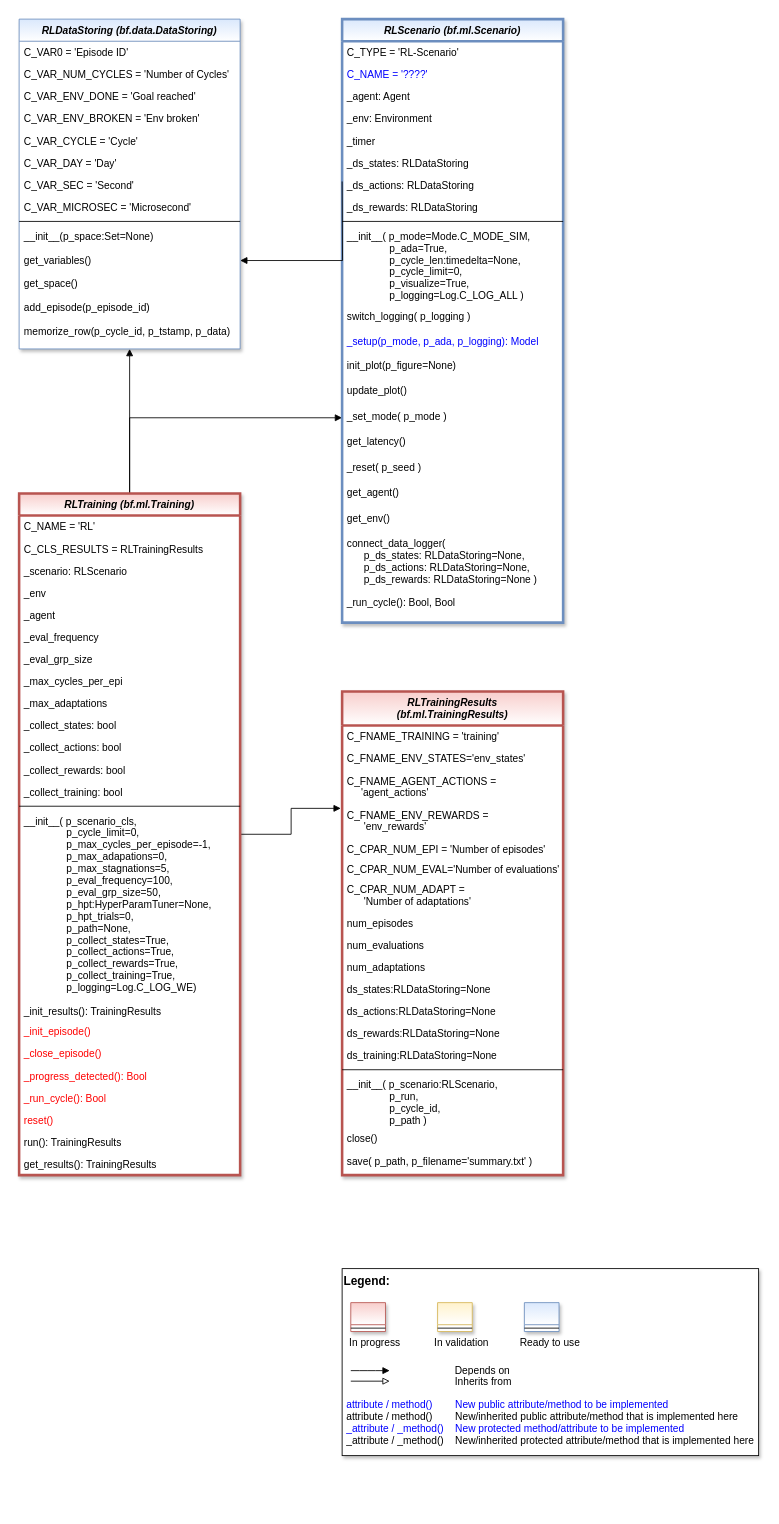
This is doc/rtd/content/append2/core/images/rl/04_run_and_train/MLPro-RL-Train_class_diagram.drawio from fhswf/MLPro, a draw.io file, before an edit. Source tidied: cells renumbered, new cells numbered last; positions are measured from the earlier drawing's top-left corner, leaving out a move shared by most shapes. Both pictures are drawn from the tidied source at 85%, with x=0, y=0 at pixel (19, 19).
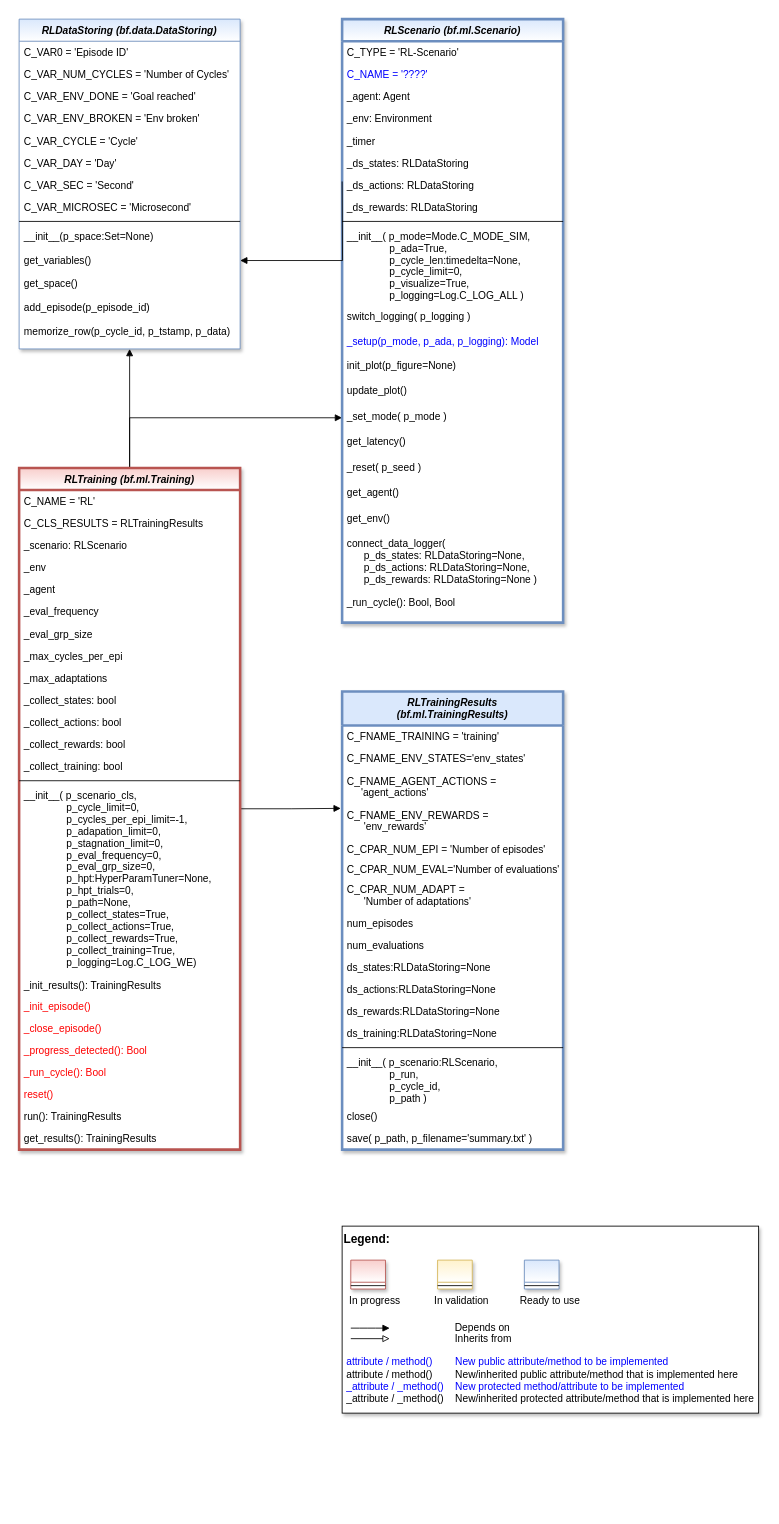
Above is the later version.

Change to the diagram source:
```diff
@@
     <mxCell id="5" value="RLTraining (bf.ml.Training)" style="swimlane;fontStyle=3;align=center;verticalAlign=top;horizontal=1;startSize=26;rounded=0;shadow=1;strokeWidth=3;fillColor=#f8cecc;strokeColor=#b85450;gradientColor=#ffffff;swimlaneFillColor=#ffffff;" parent="1" vertex="1">
-      <mxGeometry y="558" width="260" height="802" as="geometry" />
+      <mxGeometry y="528" width="260" height="802" as="geometry" />
     </mxCell>
@@
-    <mxCell id="20" value="__init__( p_scenario_cls, &#10;               p_cycle_limit=0,&#10;               p_max_cycles_per_episode=-1, &#10;               p_max_adapations=0,&#10;               p_max_stagnations=5,&#10;               p_eval_frequency=100,&#10;               p_eval_grp_size=50,&#10;               p_hpt:HyperParamTuner=None,&#10;               p_hpt_trials=0,&#10;               p_path=None,&#10;               p_collect_states=True,&#10;               p_collect_actions=True,&#10;               p_collect_rewards=True,&#10;               p_collect_training=True,&#10;               p_logging=Log.C_LOG_WE)" style="text;align=left;verticalAlign=top;spacingLeft=4;spacingRight=4;overflow=hidden;" parent="5" vertex="1">
+    <mxCell id="20" value="__init__( p_scenario_cls, &#10;               p_cycle_limit=0,&#10;               p_cycles_per_epi_limit=-1, &#10;               p_adapation_limit=0,&#10;               p_stagnation_limit=0,&#10;               p_eval_frequency=0,&#10;               p_eval_grp_size=0,&#10;               p_hpt:HyperParamTuner=None,&#10;               p_hpt_trials=0,&#10;               p_path=None,&#10;               p_collect_states=True,&#10;               p_collect_actions=True,&#10;               p_collect_rewards=True,&#10;               p_collect_training=True,&#10;               p_logging=Log.C_LOG_WE)" style="text;align=left;verticalAlign=top;spacingLeft=4;spacingRight=4;overflow=hidden;" parent="5" vertex="1">
       <mxGeometry y="372" width="260" height="224" as="geometry" />
     </mxCell>
@@
-    <mxCell id="67" value="RLTrainingResults &#10;(bf.ml.TrainingResults)" style="swimlane;fontStyle=3;align=center;verticalAlign=top;horizontal=1;startSize=40;rounded=0;shadow=1;strokeWidth=3;fillColor=#f8cecc;strokeColor=#b85450;swimlaneFillColor=#ffffff;gradientColor=#ffffff;" parent="1" vertex="1">
-      <mxGeometry x="380" y="791" width="260" height="569" as="geometry" />
+    <mxCell id="67" value="RLTrainingResults &#10;(bf.ml.TrainingResults)" style="swimlane;fontStyle=3;align=center;verticalAlign=top;horizontal=1;startSize=40;rounded=0;shadow=1;strokeWidth=3;fillColor=#dae8fc;strokeColor=#6c8ebf;swimlaneFillColor=#ffffff;" parent="1" vertex="1">
+      <mxGeometry x="380" y="791" width="260" height="539" as="geometry" />
     </mxCell>
@@
-    <mxCell id="77" value="num_adaptations" style="text;align=left;verticalAlign=top;spacingLeft=4;spacingRight=4;overflow=hidden;" parent="67" vertex="1">
-      <mxGeometry y="311" width="260" height="26" as="geometry" />
-    </mxCell>
     <mxCell id="78" value="ds_states:RLDataStoring=None" style="text;align=left;verticalAlign=top;spacingLeft=4;spacingRight=4;overflow=hidden;" parent="67" vertex="1">
-      <mxGeometry y="337" width="260" height="26" as="geometry" />
+      <mxGeometry y="311" width="260" height="26" as="geometry" />
     </mxCell>
     <mxCell id="79" value="ds_actions:RLDataStoring=None" style="text;align=left;verticalAlign=top;spacingLeft=4;spacingRight=4;overflow=hidden;" parent="67" vertex="1">
-      <mxGeometry y="363" width="260" height="26" as="geometry" />
+      <mxGeometry y="337" width="260" height="26" as="geometry" />
     </mxCell>
     <mxCell id="80" value="ds_rewards:RLDataStoring=None" style="text;align=left;verticalAlign=top;spacingLeft=4;spacingRight=4;overflow=hidden;" parent="67" vertex="1">
-      <mxGeometry y="389" width="260" height="26" as="geometry" />
+      <mxGeometry y="363" width="260" height="26" as="geometry" />
     </mxCell>
     <mxCell id="81" value="ds_training:RLDataStoring=None" style="text;align=left;verticalAlign=top;spacingLeft=4;spacingRight=4;overflow=hidden;" parent="67" vertex="1">
-      <mxGeometry y="415" width="260" height="26" as="geometry" />
+      <mxGeometry y="389" width="260" height="26" as="geometry" />
     </mxCell>
     <mxCell id="82" style="line;html=1;strokeWidth=1;align=left;verticalAlign=middle;spacingTop=-1;spacingLeft=3;spacingRight=3;labelPosition=right;" parent="67" vertex="1">
-      <mxGeometry y="441" width="260" height="8" as="geometry" />
+      <mxGeometry y="415" width="260" height="8" as="geometry" />
     </mxCell>
     <mxCell id="83" value="__init__( p_scenario:RLScenario, &#10;               p_run,&#10;               p_cycle_id,&#10;               p_path )" style="text;align=left;verticalAlign=top;spacingLeft=4;spacingRight=4;overflow=hidden;" parent="67" vertex="1">
-      <mxGeometry y="449" width="260" height="64" as="geometry" />
+      <mxGeometry y="423" width="260" height="64" as="geometry" />
     </mxCell>
     <mxCell id="84" value="close()" style="text;align=left;verticalAlign=top;spacingLeft=4;spacingRight=4;overflow=hidden;" parent="67" vertex="1">
-      <mxGeometry y="513" width="260" height="26" as="geometry" />
+      <mxGeometry y="487" width="260" height="26" as="geometry" />
     </mxCell>
     <mxCell id="85" value="save( p_path, p_filename='summary.txt' )" style="text;align=left;verticalAlign=top;spacingLeft=4;spacingRight=4;overflow=hidden;" parent="67" vertex="1">
-      <mxGeometry y="539" width="260" height="26" as="geometry" />
+      <mxGeometry y="513" width="260" height="26" as="geometry" />
     </mxCell>
     <mxCell id="86" style="group;" parent="1" vertex="1">
-      <mxGeometry x="380" y="1470" width="490" height="220" as="geometry" />
+      <mxGeometry x="380" y="1420" width="490" height="220" as="geometry" />
     </mxCell>
```
